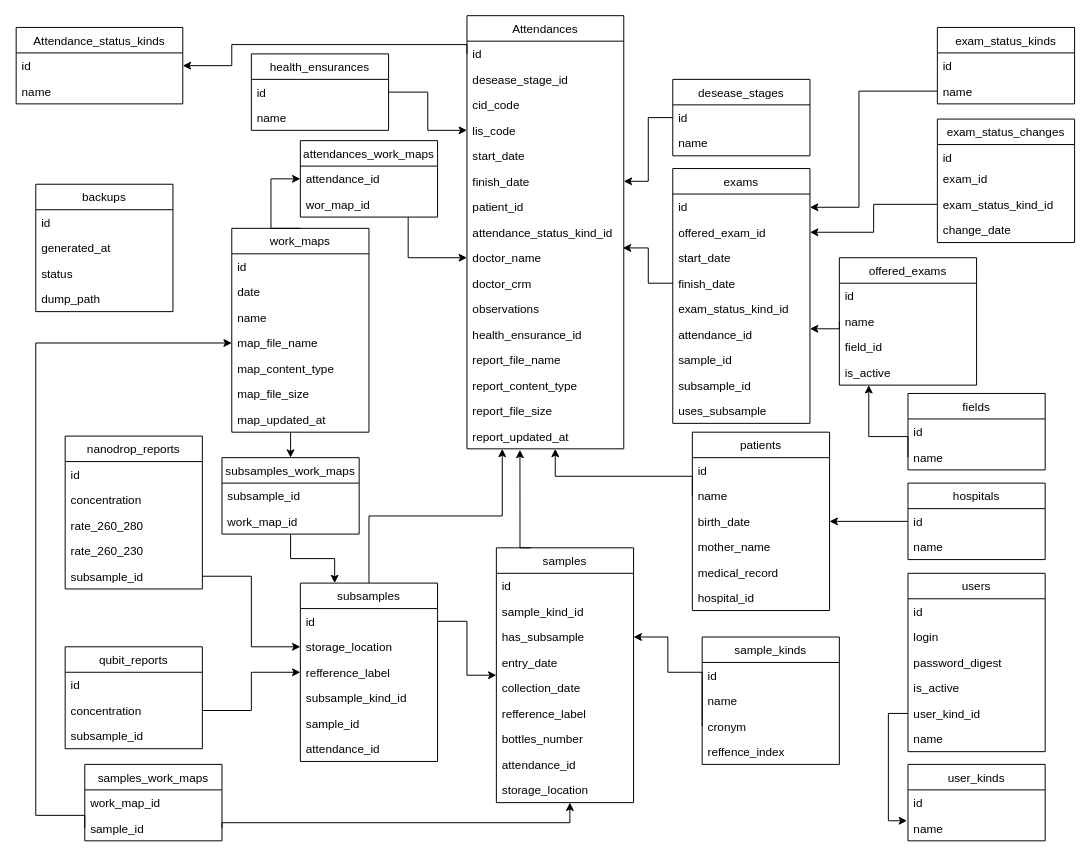
joaofelipe1294/genomico keeps this draw.io diagram as database.drawio. Above is the earlier version. Source tidied: cells renumbered, new cells numbered last; positions are measured from the earlier drawing's top-left corner, leaving out a move shared by most shapes. Both pictures are drawn from the tidied source at 98%, with x=0, y=0 at pixel (16, 15).
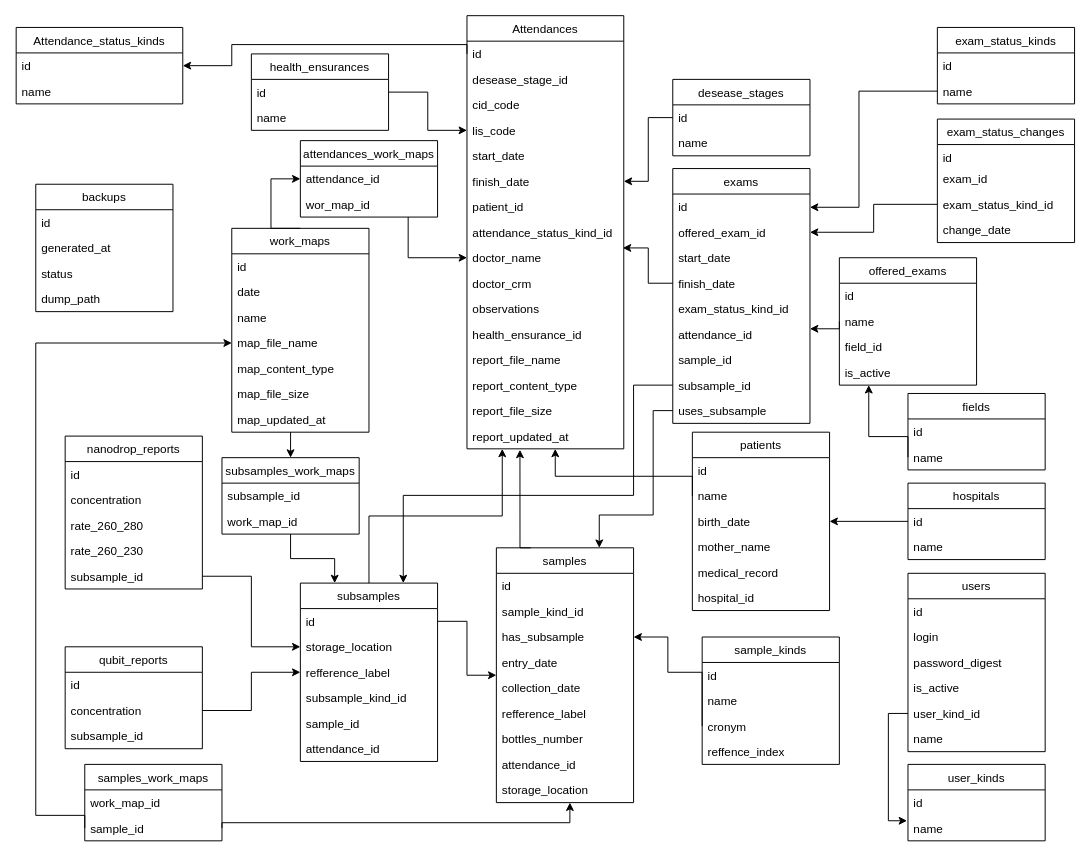
The same page after the edit.

The change refers to these unchanged cells:
```xml
<mxCell id="49" value="subsample_id" style="text;strokeColor=none;fillColor=none;align=left;verticalAlign=top;spacingLeft=4;spacingRight=4;overflow=hidden;points=[[0,0.5],[1,0.5]];portConstraint=eastwest;" parent="41" vertex="1">
  <mxGeometry y="208" width="140" height="26" as="geometry" />
</mxCell>
<mxCell id="50" value="uses_subsample" style="text;strokeColor=none;fillColor=none;align=left;verticalAlign=top;spacingLeft=4;spacingRight=4;overflow=hidden;points=[[0,0.5],[1,0.5]];portConstraint=eastwest;" parent="41" vertex="1">
  <mxGeometry y="234" width="140" height="26" as="geometry" />
</mxCell>
<mxCell id="92" value="samples" style="swimlane;fontStyle=0;horizontal=1;startSize=26;fillColor=none;" parent="1" vertex="1">
  <mxGeometry x="490" y="543.5" width="140" height="260" as="geometry" />
</mxCell>
<mxCell id="107" value="subsamples" style="swimlane;fontStyle=0;horizontal=1;startSize=26;fillColor=none;" parent="1" vertex="1">
  <mxGeometry x="290" y="579.5" width="140" height="182" as="geometry" />
</mxCell>
```

What changed in the source:
```diff
@@
+    <mxCell id="151" style="edgeStyle=orthogonalEdgeStyle;rounded=0;jettySize=auto;html=1;exitX=0;exitY=0.5;exitDx=0;exitDy=0;entryX=0.75;entryY=0;entryDx=0;entryDy=0;" parent="1" edge="1" source="50" target="92">
+      <mxGeometry relative="1" as="geometry">
+        <Array as="points">
+          <mxPoint x="650" y="404" />
+          <mxPoint x="650" y="510" />
+          <mxPoint x="595" y="510" />
+        </Array>
+      </mxGeometry>
+    </mxCell>
+    <mxCell id="152" style="edgeStyle=orthogonalEdgeStyle;rounded=0;jettySize=auto;html=1;exitX=0;exitY=0.5;exitDx=0;exitDy=0;entryX=0.75;entryY=0;entryDx=0;entryDy=0;" parent="1" edge="1" source="49" target="107">
+      <mxGeometry relative="1" as="geometry">
+        <Array as="points">
+          <mxPoint x="630" y="378" />
+          <mxPoint x="630" y="490" />
+          <mxPoint x="395" y="490" />
+        </Array>
+      </mxGeometry>
+    </mxCell>
```
